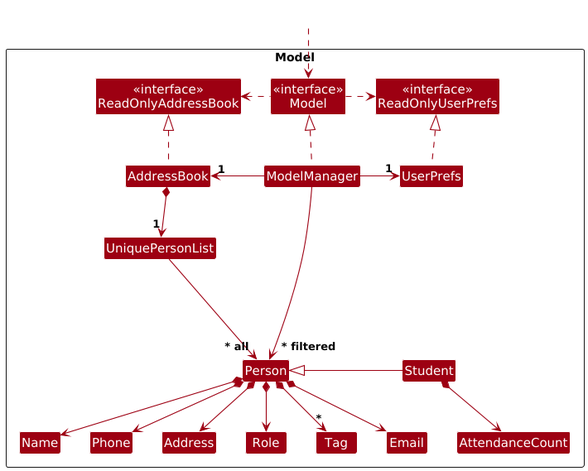
Before: docs/images/ModelClassDiagram.png, a diagram exported from PlantUML (nus-cs2103-AY2425S1/tp). Its source is kept beside it as docs/diagrams/ModelClassDiagram.puml.
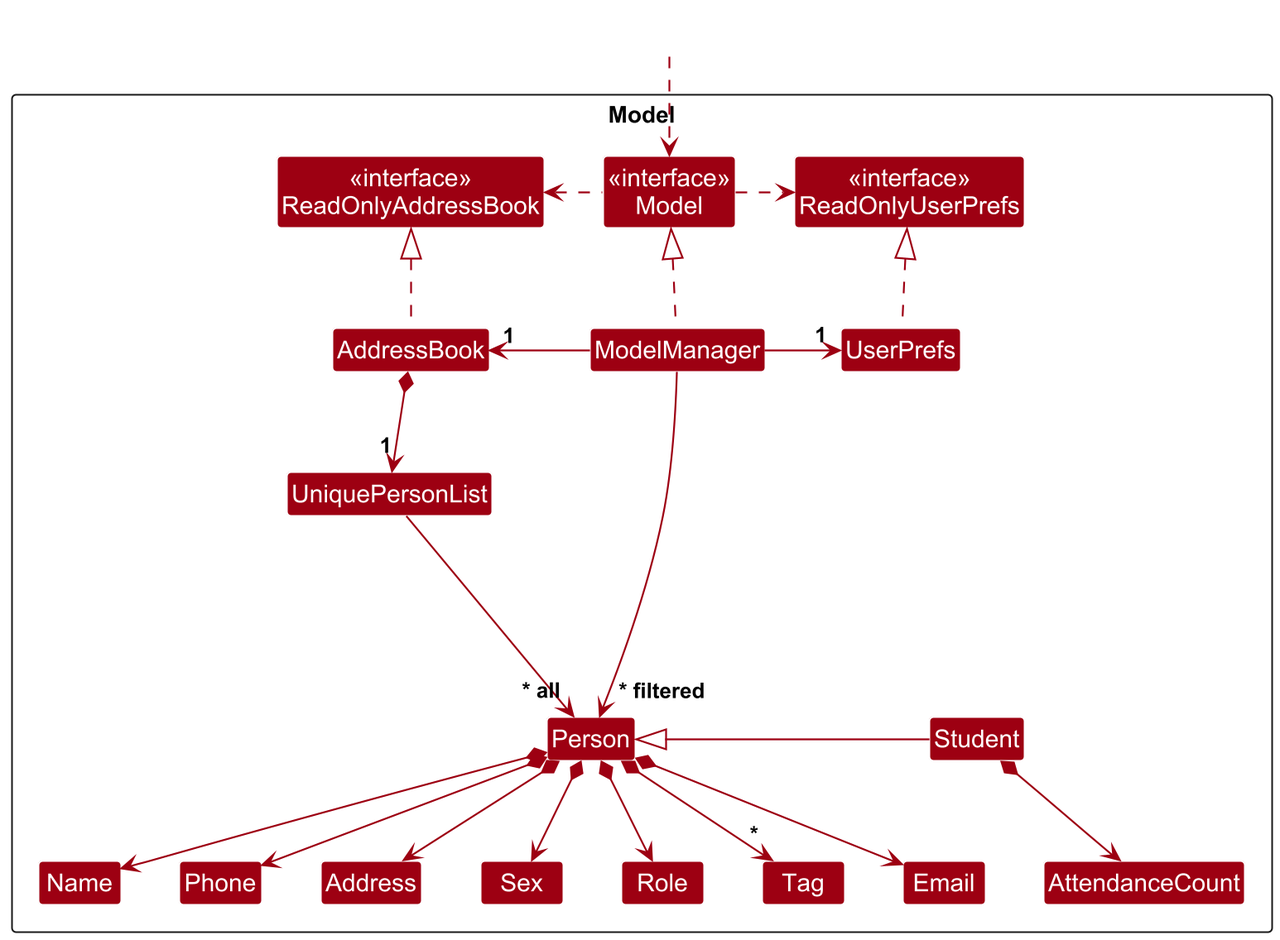
Later version of the same file.

Diff of the diagram source:
```diff
@@ -18,8 +18,8 @@
 Class Address
 Class Email
 Class Name
+Class Sex
 Class Role
-Class Sex
 Class Phone
 Class Tag
 Class AttendanceCount
```
